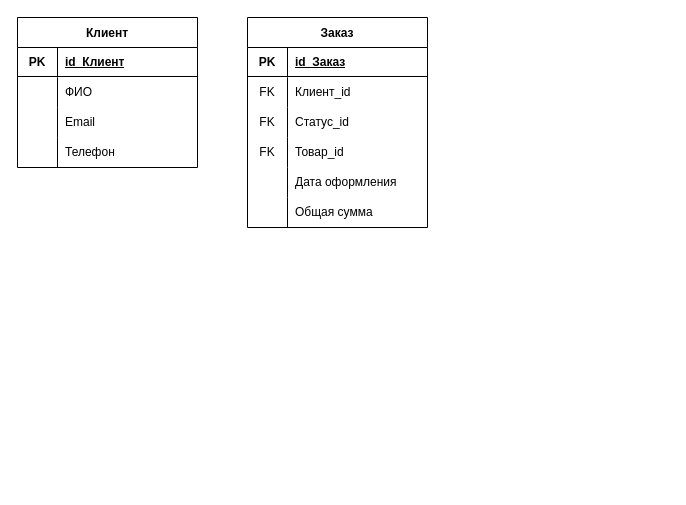
Before: page "Логическая модель" (8 of 8) of Все диаграммы.drawio in AnnaOtchina/AnnaKyrsach, a draw.io diagram. Source tidied: cells renumbered, new cells numbered last; positions are measured from the earlier drawing's top-left corner, leaving out a move shared by most shapes. Both pictures are drawn from the tidied source at 100%, with x=0, y=0 at pixel (17, 17).
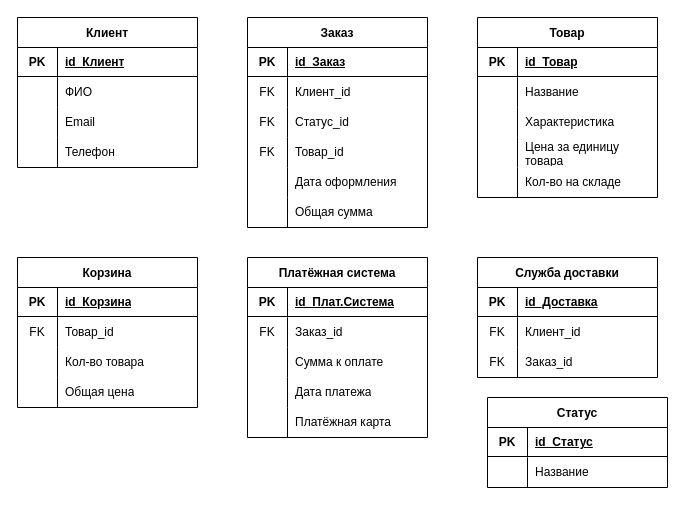
The same diagram, later.

Diff of the diagram source:
```diff
@@
+    <mxCell id="36" value="Товар" style="shape=table;startSize=30;childLayout=tableLayout;rowLines=0;fontStyle=1;strokeColor=default;fontSize=12;" parent="1" vertex="1">
+      <mxGeometry x="460" width="180" height="180" as="geometry" />
+    </mxCell>
+    <mxCell id="37" style="shape=tableRow;horizontal=0;startSize=0;swimlaneHead=0;swimlaneBody=0;top=0;left=0;bottom=0;right=0;fillColor=none;strokeColor=inherit;fontSize=12;" parent="36" vertex="1">
+      <mxGeometry y="30" width="180" height="30" as="geometry" />
+    </mxCell>
+    <mxCell id="38" value="&lt;b&gt;PK&lt;/b&gt;" style="shape=partialRectangle;html=1;whiteSpace=wrap;fillColor=none;top=0;left=0;bottom=0;right=0;overflow=hidden;strokeColor=inherit;fontSize=12;" parent="37" vertex="1">
+      <mxGeometry width="40" height="30" as="geometry" />
+    </mxCell>
+    <mxCell id="39" value="&lt;b&gt;&lt;u&gt;id_Товар&lt;/u&gt;&lt;/b&gt;" style="shape=partialRectangle;html=1;whiteSpace=wrap;fillColor=none;top=0;left=0;bottom=0;right=0;align=left;spacingLeft=6;overflow=hidden;strokeColor=inherit;fontSize=12;" parent="37" vertex="1">
+      <mxGeometry x="40" width="140" height="30" as="geometry" />
+    </mxCell>
+    <mxCell id="40" style="rounded=0;orthogonalLoop=1;jettySize=auto;html=1;exitX=0;exitY=0.5;exitDx=0;exitDy=0;entryX=1;entryY=0.5;entryDx=0;entryDy=0;endArrow=none;endFill=0;fontSize=12;" parent="36" edge="1">
+      <mxGeometry relative="1" as="geometry">
+        <mxPoint y="59" as="sourcePoint" />
+        <mxPoint x="180" y="59" as="targetPoint" />
+      </mxGeometry>
+    </mxCell>
+    <mxCell id="41" style="shape=tableRow;horizontal=0;startSize=0;swimlaneHead=0;swimlaneBody=0;top=0;left=0;bottom=0;right=0;fillColor=none;strokeColor=inherit;fontSize=12;" parent="36" vertex="1">
+      <mxGeometry y="60" width="180" height="30" as="geometry" />
+    </mxCell>
+    <mxCell id="42" style="shape=partialRectangle;html=1;whiteSpace=wrap;fillColor=none;top=0;left=0;bottom=0;right=0;overflow=hidden;strokeColor=inherit;fontSize=12;" parent="41" vertex="1">
+      <mxGeometry width="40" height="30" as="geometry" />
+    </mxCell>
+    <mxCell id="43" value="Название" style="shape=partialRectangle;html=1;whiteSpace=wrap;fillColor=none;top=0;left=0;bottom=0;right=0;align=left;spacingLeft=6;overflow=hidden;strokeColor=inherit;fontSize=12;" parent="41" vertex="1">
+      <mxGeometry x="40" width="140" height="30" as="geometry" />
+    </mxCell>
+    <mxCell id="44" style="shape=tableRow;horizontal=0;startSize=0;swimlaneHead=0;swimlaneBody=0;top=0;left=0;bottom=0;right=0;fillColor=none;strokeColor=inherit;fontSize=12;" parent="36" vertex="1">
+      <mxGeometry y="90" width="180" height="30" as="geometry" />
+    </mxCell>
+    <mxCell id="45" style="shape=partialRectangle;html=1;whiteSpace=wrap;fillColor=none;top=0;left=0;bottom=0;right=0;overflow=hidden;strokeColor=inherit;fontSize=12;" parent="44" vertex="1">
+      <mxGeometry width="40" height="30" as="geometry" />
+    </mxCell>
+    <mxCell id="46" value="Характеристика" style="shape=partialRectangle;html=1;whiteSpace=wrap;fillColor=none;top=0;left=0;bottom=0;right=0;align=left;spacingLeft=6;overflow=hidden;strokeColor=inherit;fontSize=12;" parent="44" vertex="1">
+      <mxGeometry x="40" width="140" height="30" as="geometry" />
+    </mxCell>
+    <mxCell id="47" style="shape=tableRow;horizontal=0;startSize=0;swimlaneHead=0;swimlaneBody=0;top=0;left=0;bottom=0;right=0;fillColor=none;strokeColor=inherit;fontSize=12;" parent="36" vertex="1">
+      <mxGeometry y="120" width="180" height="30" as="geometry" />
+    </mxCell>
+    <mxCell id="48" style="shape=partialRectangle;html=1;whiteSpace=wrap;fillColor=none;top=0;left=0;bottom=0;right=0;overflow=hidden;strokeColor=inherit;fontSize=12;" parent="47" vertex="1">
+      <mxGeometry width="40" height="30" as="geometry" />
+    </mxCell>
+    <mxCell id="49" value="Цена за единицу товара" style="shape=partialRectangle;html=1;whiteSpace=wrap;fillColor=none;top=0;left=0;bottom=0;right=0;align=left;spacingLeft=6;overflow=hidden;strokeColor=inherit;fontSize=12;" parent="47" vertex="1">
+      <mxGeometry x="40" width="140" height="30" as="geometry" />
+    </mxCell>
+    <mxCell id="50" style="shape=tableRow;horizontal=0;startSize=0;swimlaneHead=0;swimlaneBody=0;top=0;left=0;bottom=0;right=0;fillColor=none;strokeColor=inherit;fontSize=12;" parent="36" vertex="1">
+      <mxGeometry y="150" width="180" height="30" as="geometry" />
+    </mxCell>
+    <mxCell id="51" style="shape=partialRectangle;html=1;whiteSpace=wrap;fillColor=none;top=0;left=0;bottom=0;right=0;overflow=hidden;strokeColor=inherit;fontSize=12;" parent="50" vertex="1">
+      <mxGeometry width="40" height="30" as="geometry" />
+    </mxCell>
+    <mxCell id="52" value="Кол-во на складе" style="shape=partialRectangle;html=1;whiteSpace=wrap;fillColor=none;top=0;left=0;bottom=0;right=0;align=left;spacingLeft=6;overflow=hidden;strokeColor=inherit;fontSize=12;" parent="50" vertex="1">
+      <mxGeometry x="40" width="140" height="30" as="geometry" />
+    </mxCell>
+    <mxCell id="53" value="Корзина" style="shape=table;startSize=30;childLayout=tableLayout;rowLines=0;fontStyle=1;strokeColor=default;fontSize=12;" parent="1" vertex="1">
+      <mxGeometry y="240" width="180" height="150" as="geometry" />
+    </mxCell>
+    <mxCell id="54" style="shape=tableRow;horizontal=0;startSize=0;swimlaneHead=0;swimlaneBody=0;top=0;left=0;bottom=0;right=0;fillColor=none;strokeColor=inherit;fontSize=12;" parent="53" vertex="1">
+      <mxGeometry y="30" width="180" height="30" as="geometry" />
+    </mxCell>
+    <mxCell id="55" value="&lt;b&gt;PK&lt;/b&gt;" style="shape=partialRectangle;html=1;whiteSpace=wrap;fillColor=none;top=0;left=0;bottom=0;right=0;overflow=hidden;strokeColor=inherit;fontSize=12;" parent="54" vertex="1">
+      <mxGeometry width="40" height="30" as="geometry" />
+    </mxCell>
+    <mxCell id="56" value="&lt;b&gt;&lt;u&gt;id_Корзина&lt;/u&gt;&lt;/b&gt;" style="shape=partialRectangle;html=1;whiteSpace=wrap;fillColor=none;top=0;left=0;bottom=0;right=0;align=left;spacingLeft=6;overflow=hidden;strokeColor=inherit;fontSize=12;" parent="54" vertex="1">
+      <mxGeometry x="40" width="140" height="30" as="geometry" />
+    </mxCell>
+    <mxCell id="57" style="rounded=0;orthogonalLoop=1;jettySize=auto;html=1;exitX=0;exitY=0.5;exitDx=0;exitDy=0;entryX=1;entryY=0.5;entryDx=0;entryDy=0;endArrow=none;endFill=0;fontSize=12;" parent="53" edge="1">
+      <mxGeometry relative="1" as="geometry">
+        <mxPoint y="59" as="sourcePoint" />
+        <mxPoint x="180" y="59" as="targetPoint" />
+      </mxGeometry>
+    </mxCell>
+    <mxCell id="58" style="shape=tableRow;horizontal=0;startSize=0;swimlaneHead=0;swimlaneBody=0;top=0;left=0;bottom=0;right=0;fillColor=none;strokeColor=inherit;fontSize=12;" parent="53" vertex="1">
+      <mxGeometry y="60" width="180" height="30" as="geometry" />
+    </mxCell>
+    <mxCell id="59" value="FK" style="shape=partialRectangle;html=1;whiteSpace=wrap;fillColor=none;top=0;left=0;bottom=0;right=0;overflow=hidden;strokeColor=inherit;fontSize=12;" parent="58" vertex="1">
+      <mxGeometry width="40" height="30" as="geometry" />
+    </mxCell>
+    <mxCell id="60" value="Товар_id" style="shape=partialRectangle;html=1;whiteSpace=wrap;fillColor=none;top=0;left=0;bottom=0;right=0;align=left;spacingLeft=6;overflow=hidden;strokeColor=inherit;fontSize=12;" parent="58" vertex="1">
+      <mxGeometry x="40" width="140" height="30" as="geometry" />
+    </mxCell>
+    <mxCell id="61" style="shape=tableRow;horizontal=0;startSize=0;swimlaneHead=0;swimlaneBody=0;top=0;left=0;bottom=0;right=0;fillColor=none;strokeColor=inherit;fontSize=12;" parent="53" vertex="1">
+      <mxGeometry y="90" width="180" height="30" as="geometry" />
+    </mxCell>
+    <mxCell id="62" style="shape=partialRectangle;html=1;whiteSpace=wrap;fillColor=none;top=0;left=0;bottom=0;right=0;overflow=hidden;strokeColor=inherit;fontSize=12;" parent="61" vertex="1">
+      <mxGeometry width="40" height="30" as="geometry" />
+    </mxCell>
+    <mxCell id="63" value="Кол-во товара" style="shape=partialRectangle;html=1;whiteSpace=wrap;fillColor=none;top=0;left=0;bottom=0;right=0;align=left;spacingLeft=6;overflow=hidden;strokeColor=inherit;fontSize=12;" parent="61" vertex="1">
+      <mxGeometry x="40" width="140" height="30" as="geometry" />
+    </mxCell>
+    <mxCell id="64" style="shape=tableRow;horizontal=0;startSize=0;swimlaneHead=0;swimlaneBody=0;top=0;left=0;bottom=0;right=0;fillColor=none;strokeColor=inherit;fontSize=12;" parent="53" vertex="1">
+      <mxGeometry y="120" width="180" height="30" as="geometry" />
+    </mxCell>
+    <mxCell id="65" style="shape=partialRectangle;html=1;whiteSpace=wrap;fillColor=none;top=0;left=0;bottom=0;right=0;overflow=hidden;strokeColor=inherit;fontSize=12;" parent="64" vertex="1">
+      <mxGeometry width="40" height="30" as="geometry" />
+    </mxCell>
+    <mxCell id="66" value="Общая цена" style="shape=partialRectangle;html=1;whiteSpace=wrap;fillColor=none;top=0;left=0;bottom=0;right=0;align=left;spacingLeft=6;overflow=hidden;strokeColor=inherit;fontSize=12;" parent="64" vertex="1">
+      <mxGeometry x="40" width="140" height="30" as="geometry" />
+    </mxCell>
+    <mxCell id="67" value="Платёжная система" style="shape=table;startSize=30;childLayout=tableLayout;rowLines=0;fontStyle=1;strokeColor=default;fontSize=12;" parent="1" vertex="1">
+      <mxGeometry x="230" y="240" width="180" height="180" as="geometry" />
+    </mxCell>
+    <mxCell id="68" style="shape=tableRow;horizontal=0;startSize=0;swimlaneHead=0;swimlaneBody=0;top=0;left=0;bottom=0;right=0;fillColor=none;strokeColor=inherit;fontSize=12;" parent="67" vertex="1">
+      <mxGeometry y="30" width="180" height="30" as="geometry" />
+    </mxCell>
+    <mxCell id="69" value="&lt;b&gt;PK&lt;/b&gt;" style="shape=partialRectangle;html=1;whiteSpace=wrap;fillColor=none;top=0;left=0;bottom=0;right=0;overflow=hidden;strokeColor=inherit;fontSize=12;" parent="68" vertex="1">
+      <mxGeometry width="40" height="30" as="geometry" />
+    </mxCell>
+    <mxCell id="70" value="&lt;b&gt;&lt;u&gt;id_Плат.Система&lt;/u&gt;&lt;/b&gt;" style="shape=partialRectangle;html=1;whiteSpace=wrap;fillColor=none;top=0;left=0;bottom=0;right=0;align=left;spacingLeft=6;overflow=hidden;strokeColor=inherit;fontSize=12;" parent="68" vertex="1">
+      <mxGeometry x="40" width="140" height="30" as="geometry" />
+    </mxCell>
+    <mxCell id="71" style="rounded=0;orthogonalLoop=1;jettySize=auto;html=1;exitX=0;exitY=0.5;exitDx=0;exitDy=0;entryX=1;entryY=0.5;entryDx=0;entryDy=0;endArrow=none;endFill=0;fontSize=12;" parent="67" edge="1">
+      <mxGeometry relative="1" as="geometry">
+        <mxPoint y="59" as="sourcePoint" />
+        <mxPoint x="180" y="59" as="targetPoint" />
+      </mxGeometry>
+    </mxCell>
+    <mxCell id="72" style="shape=tableRow;horizontal=0;startSize=0;swimlaneHead=0;swimlaneBody=0;top=0;left=0;bottom=0;right=0;fillColor=none;strokeColor=inherit;fontSize=12;" parent="67" vertex="1">
+      <mxGeometry y="60" width="180" height="30" as="geometry" />
+    </mxCell>
+    <mxCell id="73" value="FK" style="shape=partialRectangle;html=1;whiteSpace=wrap;fillColor=none;top=0;left=0;bottom=0;right=0;overflow=hidden;strokeColor=inherit;fontSize=12;" parent="72" vertex="1">
+      <mxGeometry width="40" height="30" as="geometry" />
+    </mxCell>
+    <mxCell id="74" value="Заказ_id" style="shape=partialRectangle;html=1;whiteSpace=wrap;fillColor=none;top=0;left=0;bottom=0;right=0;align=left;spacingLeft=6;overflow=hidden;strokeColor=inherit;fontSize=12;" parent="72" vertex="1">
+      <mxGeometry x="40" width="140" height="30" as="geometry" />
+    </mxCell>
+    <mxCell id="75" style="shape=tableRow;horizontal=0;startSize=0;swimlaneHead=0;swimlaneBody=0;top=0;left=0;bottom=0;right=0;fillColor=none;strokeColor=inherit;fontSize=12;" parent="67" vertex="1">
+      <mxGeometry y="90" width="180" height="30" as="geometry" />
+    </mxCell>
+    <mxCell id="76" style="shape=partialRectangle;html=1;whiteSpace=wrap;fillColor=none;top=0;left=0;bottom=0;right=0;overflow=hidden;strokeColor=inherit;fontSize=12;" parent="75" vertex="1">
+      <mxGeometry width="40" height="30" as="geometry" />
+    </mxCell>
+    <mxCell id="77" value="Сумма к оплате" style="shape=partialRectangle;html=1;whiteSpace=wrap;fillColor=none;top=0;left=0;bottom=0;right=0;align=left;spacingLeft=6;overflow=hidden;strokeColor=inherit;fontSize=12;" parent="75" vertex="1">
+      <mxGeometry x="40" width="140" height="30" as="geometry" />
+    </mxCell>
+    <mxCell id="78" style="shape=tableRow;horizontal=0;startSize=0;swimlaneHead=0;swimlaneBody=0;top=0;left=0;bottom=0;right=0;fillColor=none;strokeColor=inherit;fontSize=12;" parent="67" vertex="1">
+      <mxGeometry y="120" width="180" height="30" as="geometry" />
+    </mxCell>
+    <mxCell id="79" style="shape=partialRectangle;html=1;whiteSpace=wrap;fillColor=none;top=0;left=0;bottom=0;right=0;overflow=hidden;strokeColor=inherit;fontSize=12;" parent="78" vertex="1">
+      <mxGeometry width="40" height="30" as="geometry" />
+    </mxCell>
+    <mxCell id="80" value="Дата платежа" style="shape=partialRectangle;html=1;whiteSpace=wrap;fillColor=none;top=0;left=0;bottom=0;right=0;align=left;spacingLeft=6;overflow=hidden;strokeColor=inherit;fontSize=12;" parent="78" vertex="1">
+      <mxGeometry x="40" width="140" height="30" as="geometry" />
+    </mxCell>
+    <mxCell id="81" style="shape=tableRow;horizontal=0;startSize=0;swimlaneHead=0;swimlaneBody=0;top=0;left=0;bottom=0;right=0;fillColor=none;strokeColor=inherit;fontSize=12;" parent="67" vertex="1">
+      <mxGeometry y="150" width="180" height="30" as="geometry" />
+    </mxCell>
+    <mxCell id="82" style="shape=partialRectangle;html=1;whiteSpace=wrap;fillColor=none;top=0;left=0;bottom=0;right=0;overflow=hidden;strokeColor=inherit;fontSize=12;" parent="81" vertex="1">
+      <mxGeometry width="40" height="30" as="geometry" />
+    </mxCell>
+    <mxCell id="83" value="Платёжная карта" style="shape=partialRectangle;html=1;whiteSpace=wrap;fillColor=none;top=0;left=0;bottom=0;right=0;align=left;spacingLeft=6;overflow=hidden;strokeColor=inherit;fontSize=12;" parent="81" vertex="1">
+      <mxGeometry x="40" width="140" height="30" as="geometry" />
+    </mxCell>
+    <mxCell id="84" value="Служба доставки" style="shape=table;startSize=30;childLayout=tableLayout;rowLines=0;fontStyle=1;strokeColor=default;fontSize=12;" parent="1" vertex="1">
+      <mxGeometry x="460" y="240" width="180" height="120" as="geometry" />
+    </mxCell>
+    <mxCell id="85" style="shape=tableRow;horizontal=0;startSize=0;swimlaneHead=0;swimlaneBody=0;top=0;left=0;bottom=0;right=0;fillColor=none;strokeColor=inherit;fontSize=12;" parent="84" vertex="1">
+      <mxGeometry y="30" width="180" height="30" as="geometry" />
+    </mxCell>
+    <mxCell id="86" value="&lt;b&gt;PK&lt;/b&gt;" style="shape=partialRectangle;html=1;whiteSpace=wrap;fillColor=none;top=0;left=0;bottom=0;right=0;overflow=hidden;strokeColor=inherit;fontSize=12;" parent="85" vertex="1">
+      <mxGeometry width="40" height="30" as="geometry" />
+    </mxCell>
+    <mxCell id="87" value="&lt;b&gt;&lt;u&gt;id_Доставка&lt;/u&gt;&lt;/b&gt;" style="shape=partialRectangle;html=1;whiteSpace=wrap;fillColor=none;top=0;left=0;bottom=0;right=0;align=left;spacingLeft=6;overflow=hidden;strokeColor=inherit;fontSize=12;" parent="85" vertex="1">
+      <mxGeometry x="40" width="140" height="30" as="geometry" />
+    </mxCell>
+    <mxCell id="88" style="rounded=0;orthogonalLoop=1;jettySize=auto;html=1;exitX=0;exitY=0.5;exitDx=0;exitDy=0;entryX=1;entryY=0.5;entryDx=0;entryDy=0;endArrow=none;endFill=0;fontSize=12;" parent="84" edge="1">
+      <mxGeometry relative="1" as="geometry">
+        <mxPoint y="59" as="sourcePoint" />
+        <mxPoint x="180" y="59" as="targetPoint" />
+      </mxGeometry>
+    </mxCell>
+    <mxCell id="89" style="shape=tableRow;horizontal=0;startSize=0;swimlaneHead=0;swimlaneBody=0;top=0;left=0;bottom=0;right=0;fillColor=none;strokeColor=inherit;fontSize=12;" parent="84" vertex="1">
+      <mxGeometry y="60" width="180" height="30" as="geometry" />
+    </mxCell>
+    <mxCell id="90" value="FK" style="shape=partialRectangle;html=1;whiteSpace=wrap;fillColor=none;top=0;left=0;bottom=0;right=0;overflow=hidden;strokeColor=inherit;fontSize=12;" parent="89" vertex="1">
+      <mxGeometry width="40" height="30" as="geometry" />
+    </mxCell>
+    <mxCell id="91" value="Клиент_id" style="shape=partialRectangle;html=1;whiteSpace=wrap;fillColor=none;top=0;left=0;bottom=0;right=0;align=left;spacingLeft=6;overflow=hidden;strokeColor=inherit;fontSize=12;" parent="89" vertex="1">
+      <mxGeometry x="40" width="140" height="30" as="geometry" />
+    </mxCell>
+    <mxCell id="92" style="shape=tableRow;horizontal=0;startSize=0;swimlaneHead=0;swimlaneBody=0;top=0;left=0;bottom=0;right=0;fillColor=none;strokeColor=inherit;fontSize=12;" parent="84" vertex="1">
+      <mxGeometry y="90" width="180" height="30" as="geometry" />
+    </mxCell>
+    <mxCell id="93" value="FK" style="shape=partialRectangle;html=1;whiteSpace=wrap;fillColor=none;top=0;left=0;bottom=0;right=0;overflow=hidden;strokeColor=inherit;fontSize=12;" parent="92" vertex="1">
+      <mxGeometry width="40" height="30" as="geometry" />
+    </mxCell>
+    <mxCell id="94" value="Заказ_id" style="shape=partialRectangle;html=1;whiteSpace=wrap;fillColor=none;top=0;left=0;bottom=0;right=0;align=left;spacingLeft=6;overflow=hidden;strokeColor=inherit;fontSize=12;" parent="92" vertex="1">
+      <mxGeometry x="40" width="140" height="30" as="geometry" />
+    </mxCell>
+    <mxCell id="95" value="Статус" style="shape=table;startSize=30;childLayout=tableLayout;rowLines=0;fontStyle=1;strokeColor=default;fontSize=12;" parent="1" vertex="1">
+      <mxGeometry x="470" y="380" width="180" height="90" as="geometry" />
+    </mxCell>
+    <mxCell id="96" style="shape=tableRow;horizontal=0;startSize=0;swimlaneHead=0;swimlaneBody=0;top=0;left=0;bottom=0;right=0;fillColor=none;strokeColor=inherit;fontSize=12;" parent="95" vertex="1">
+      <mxGeometry y="30" width="180" height="30" as="geometry" />
+    </mxCell>
+    <mxCell id="97" value="&lt;b&gt;PK&lt;/b&gt;" style="shape=partialRectangle;html=1;whiteSpace=wrap;fillColor=none;top=0;left=0;bottom=0;right=0;overflow=hidden;strokeColor=inherit;fontSize=12;" parent="96" vertex="1">
+      <mxGeometry width="40" height="30" as="geometry" />
+    </mxCell>
+    <mxCell id="98" value="&lt;b&gt;&lt;u&gt;id_Статус&lt;/u&gt;&lt;/b&gt;" style="shape=partialRectangle;html=1;whiteSpace=wrap;fillColor=none;top=0;left=0;bottom=0;right=0;align=left;spacingLeft=6;overflow=hidden;strokeColor=inherit;fontSize=12;" parent="96" vertex="1">
+      <mxGeometry x="40" width="140" height="30" as="geometry" />
+    </mxCell>
+    <mxCell id="99" style="rounded=0;orthogonalLoop=1;jettySize=auto;html=1;exitX=0;exitY=0.5;exitDx=0;exitDy=0;entryX=1;entryY=0.5;entryDx=0;entryDy=0;endArrow=none;endFill=0;fontSize=12;" parent="95" edge="1">
+      <mxGeometry relative="1" as="geometry">
+        <mxPoint y="59" as="sourcePoint" />
+        <mxPoint x="180" y="59" as="targetPoint" />
+      </mxGeometry>
+    </mxCell>
+    <mxCell id="100" style="shape=tableRow;horizontal=0;startSize=0;swimlaneHead=0;swimlaneBody=0;top=0;left=0;bottom=0;right=0;fillColor=none;strokeColor=inherit;fontSize=12;" parent="95" vertex="1">
+      <mxGeometry y="60" width="180" height="30" as="geometry" />
+    </mxCell>
+    <mxCell id="101" style="shape=partialRectangle;html=1;whiteSpace=wrap;fillColor=none;top=0;left=0;bottom=0;right=0;overflow=hidden;strokeColor=inherit;fontSize=12;" parent="100" vertex="1">
+      <mxGeometry width="40" height="30" as="geometry" />
+    </mxCell>
+    <mxCell id="102" value="Название" style="shape=partialRectangle;html=1;whiteSpace=wrap;fillColor=none;top=0;left=0;bottom=0;right=0;align=left;spacingLeft=6;overflow=hidden;strokeColor=inherit;fontSize=12;" parent="100" vertex="1">
+      <mxGeometry x="40" width="140" height="30" as="geometry" />
+    </mxCell>
```
